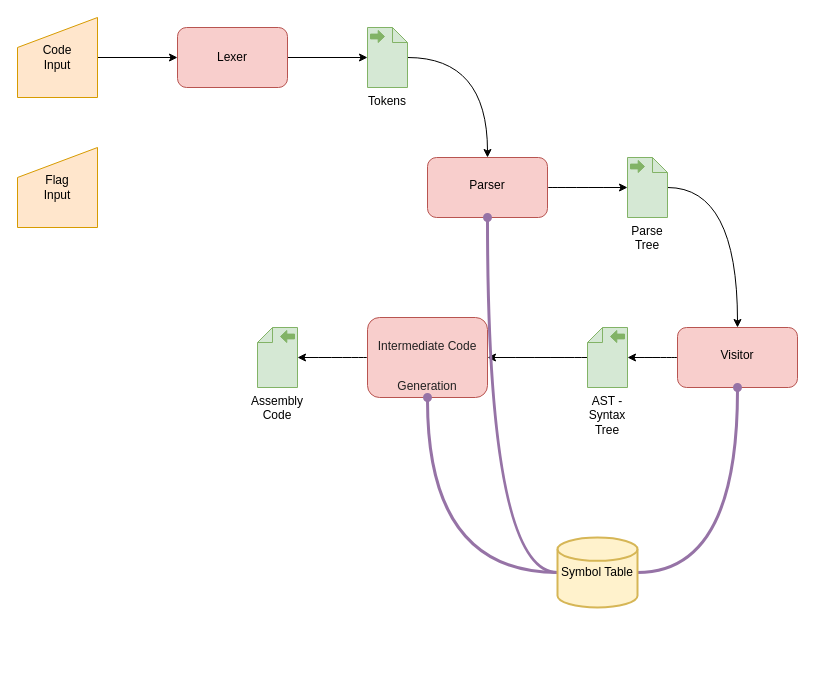
Above: Untitled Diagram.drawio in yahelkev/compiler-project (draw.io), before the change. Source tidied: cells renumbered, new cells numbered last; positions are measured from the earlier drawing's top-left corner, leaving out a move shared by most shapes. Both pictures are drawn from the tidied source at 100%, with x=0, y=0 at pixel (17, 17).
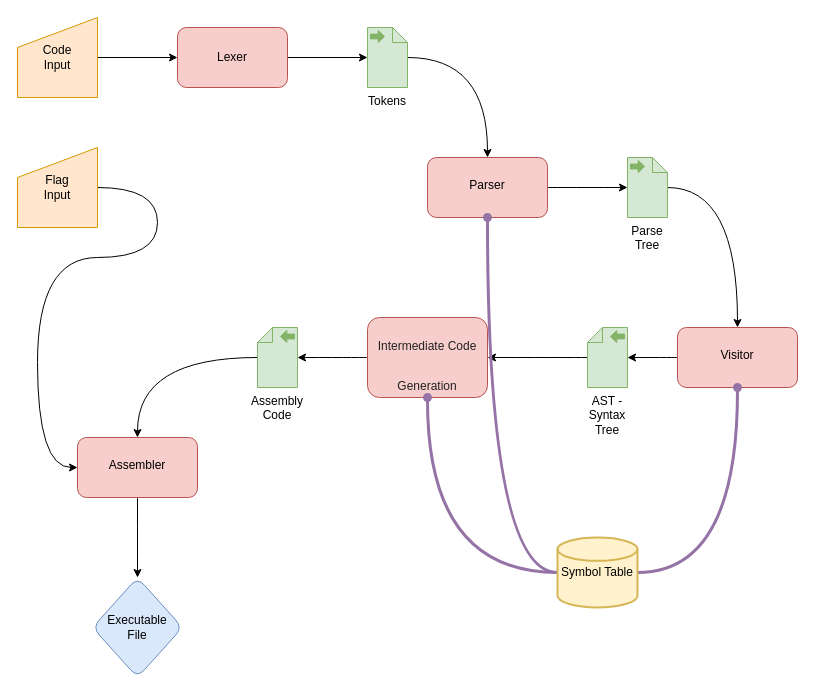
After the change.

The change refers to these unchanged cells:
```xml
<mxCell id="6" value="Flag&lt;br&gt;Input" style="shape=manualInput;whiteSpace=wrap;html=1;fillColor=#ffe6cc;strokeColor=#d79b00;" parent="1" vertex="1">
  <mxGeometry y="130" width="80" height="80" as="geometry" />
</mxCell>
<mxCell id="19" value="Assembly Code" style="shape=mxgraph.bpmn.data;labelPosition=center;verticalLabelPosition=bottom;align=center;verticalAlign=top;whiteSpace=wrap;size=15;html=1;bpmnTransferType=output;fillColor=#d5e8d4;strokeColor=#82b366;direction=east;flipH=1;" parent="1" vertex="1">
  <mxGeometry x="240" y="310" width="40" height="60" as="geometry" />
</mxCell>
```

Change to the diagram source:
```diff
@@
+    <mxCell id="24" style="edgeStyle=orthogonalEdgeStyle;curved=1;rounded=0;jettySize=auto;html=1;entryX=0;entryY=0.5;entryDx=0;entryDy=0;exitX=1;exitY=0.5;exitDx=0;exitDy=0;" parent="1" edge="1" source="6" target="27">
+      <mxGeometry relative="1" as="geometry">
+        <Array as="points">
+          <mxPoint x="140" y="170" />
+          <mxPoint x="140" y="240" />
+          <mxPoint x="20" y="240" />
+          <mxPoint x="20" y="450" />
+        </Array>
+      </mxGeometry>
+    </mxCell>
@@
+    <mxCell id="25" style="edgeStyle=orthogonalEdgeStyle;curved=1;rounded=0;jettySize=auto;html=1;" parent="1" edge="1" source="19" target="27">
+      <mxGeometry relative="1" as="geometry" />
+    </mxCell>
@@
+    <mxCell id="26" style="edgeStyle=orthogonalEdgeStyle;curved=1;rounded=0;jettySize=auto;html=1;" parent="1" edge="1" source="27" target="28">
+      <mxGeometry relative="1" as="geometry" />
+    </mxCell>
+    <mxCell id="27" value="&lt;br&gt;Assembler" style="whiteSpace=wrap;html=1;verticalAlign=top;strokeColor=#b85450;fillColor=#f8cecc;rounded=1;glass=0;shadow=0;sketch=0;" parent="1" vertex="1">
+      <mxGeometry x="60" y="420" width="120" height="60" as="geometry" />
+    </mxCell>
+    <mxCell id="28" value="Executable&lt;br&gt;File" style="rhombus;whiteSpace=wrap;html=1;rounded=1;shadow=0;glass=0;sketch=0;fillColor=#dae8fc;strokeColor=#6c8ebf;" parent="1" vertex="1">
+      <mxGeometry x="75" y="560" width="90" height="100" as="geometry" />
+    </mxCell>
```
